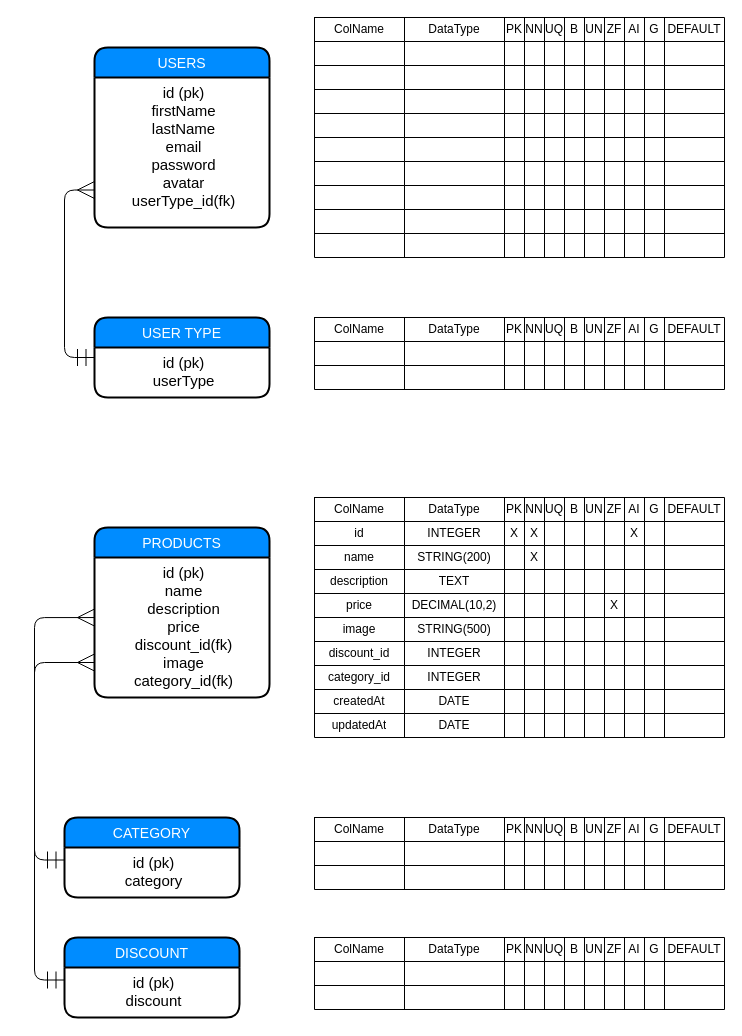
Above: SQLDB/e-commerce-grupo4.drawio in EGPalacio/DH-ElMercado (draw.io), before the change. Source tidied: cells renumbered, new cells numbered last; positions are measured from the earlier drawing's top-left corner, leaving out a move shared by most shapes. Both pictures are drawn from the tidied source at 100%, with x=0, y=0 at pixel (64, 17).
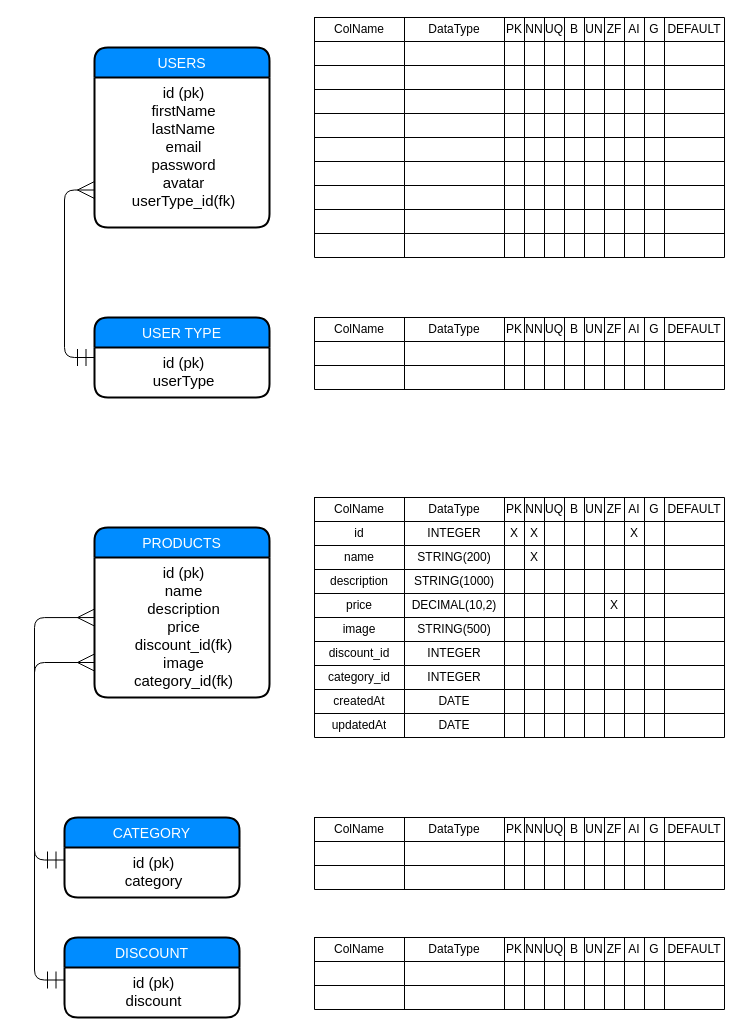
After the change.

Unchanged cells that the change refers to:
```xml
<mxCell id="275" style="shape=partialRectangle;html=1;whiteSpace=wrap;fillColor=none;top=0;left=0;bottom=0;right=0;" parent="238" vertex="1">
  <mxGeometry y="72" width="410" height="24" as="geometry" />
</mxCell>
```

Change to the diagram source:
```diff
@@
-    <mxCell id="277" value="TEXT" style="shape=partialRectangle;html=1;whiteSpace=wrap;overflow=hidden;fillColor=none;top=0;left=0;bottom=0;right=0;" parent="275" vertex="1">
+    <mxCell id="277" value="STRING(1000)" style="shape=partialRectangle;html=1;whiteSpace=wrap;overflow=hidden;fillColor=none;top=0;left=0;bottom=0;right=0;" parent="275" vertex="1">
       <mxGeometry x="90" width="100" height="24" as="geometry" />
     </mxCell>
```
